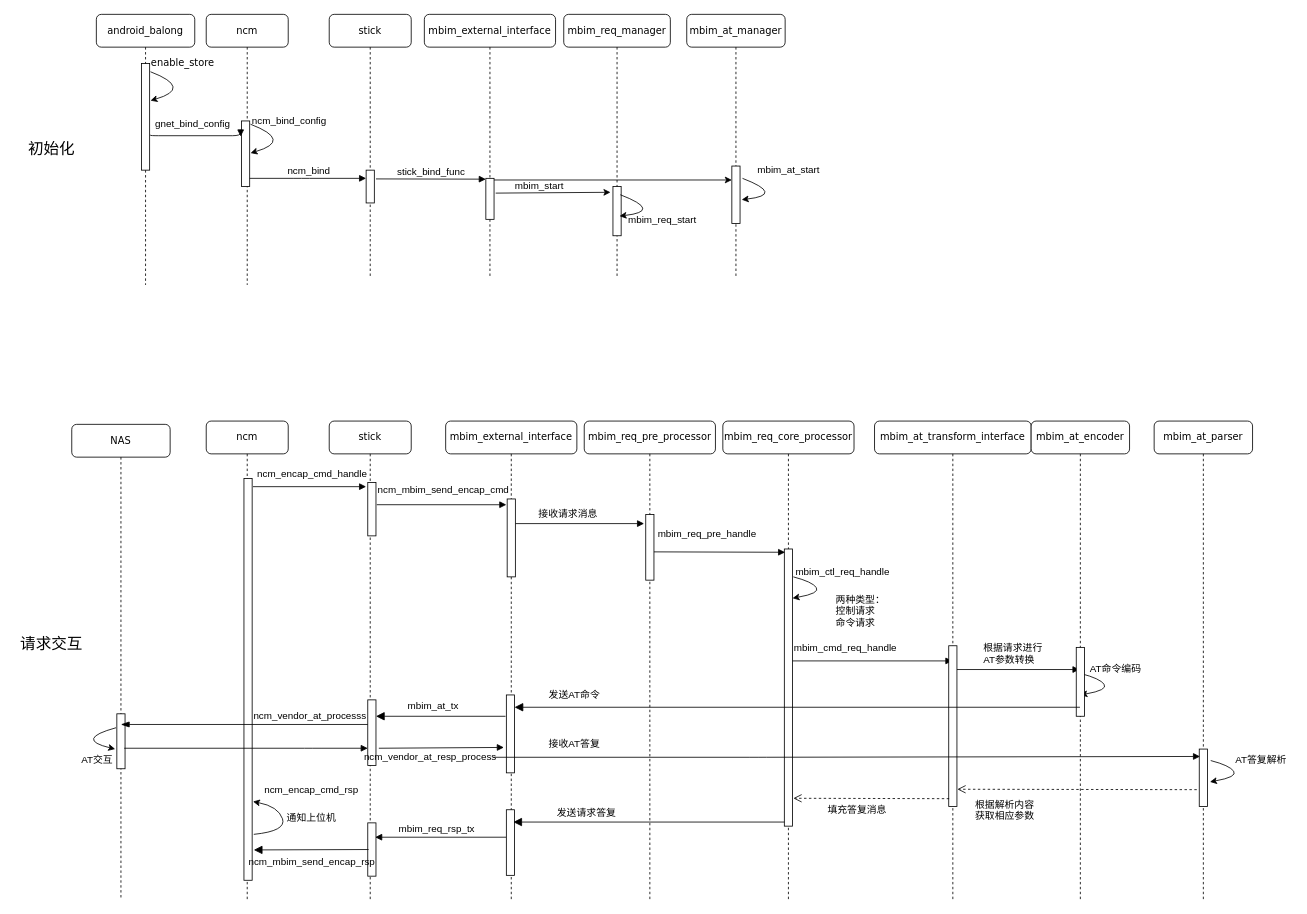
The draw.io diagram MBIM.drawio in liuhongkang/paper, before the edit. Source tidied: cells renumbered, new cells numbered last; positions are measured from the earlier drawing's top-left corner, leaving out a move shared by most shapes. Both pictures are drawn from the tidied source at 82%, with x=0, y=0 at pixel (14, 14).
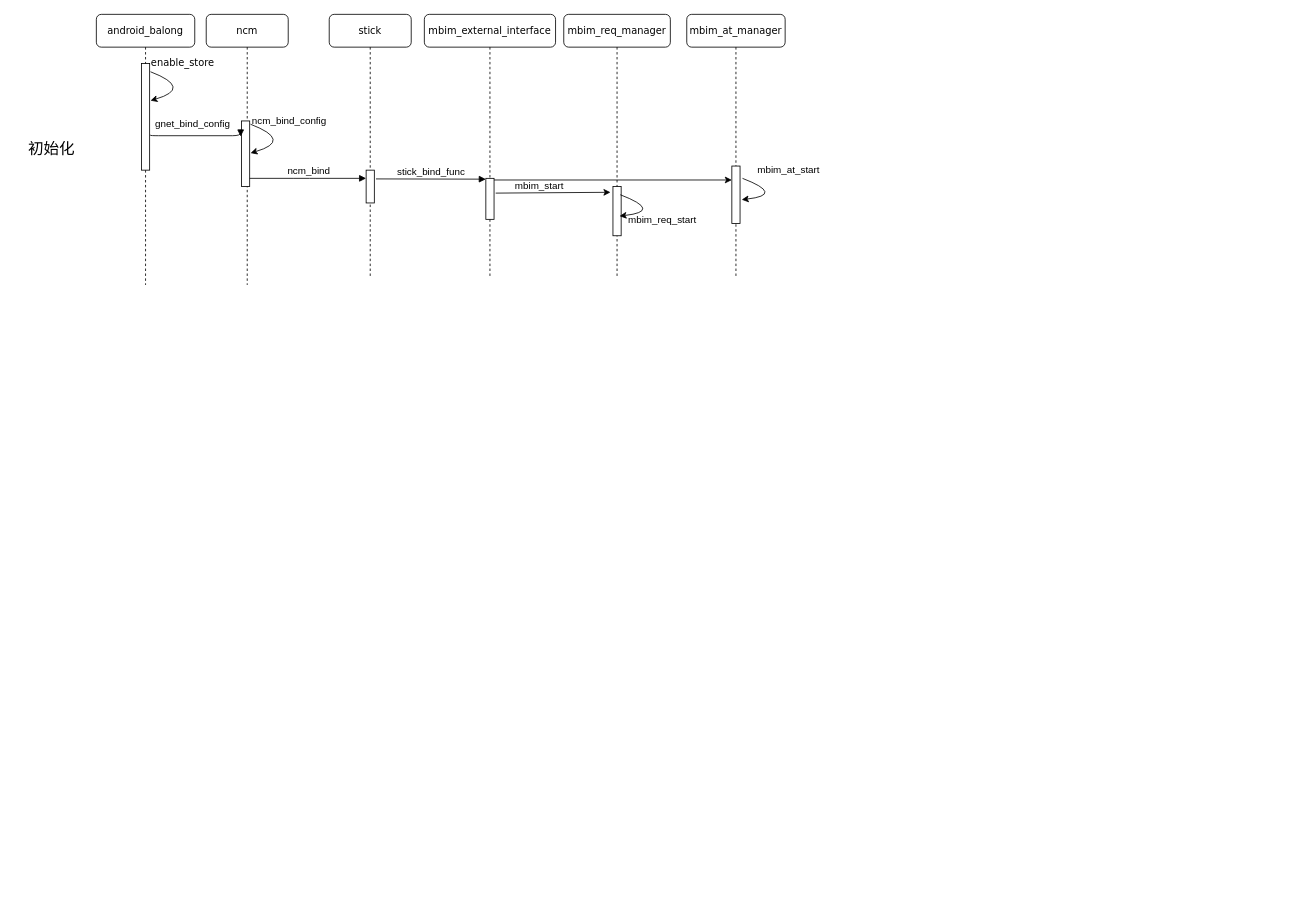
After the change.

The change refers to these unchanged cells:
```xml
<mxCell id="8" value="ncm" style="shape=umlLifeline;perimeter=lifelinePerimeter;whiteSpace=wrap;html=1;rounded=1;shadow=0;comic=0;labelBackgroundColor=none;strokeWidth=1;fontFamily=Verdana;fontSize=12;align=center;" parent="1" vertex="1">
  <mxGeometry x="234" width="100" height="330" as="geometry" />
</mxCell>
<mxCell id="11" value="stick" style="shape=umlLifeline;perimeter=lifelinePerimeter;whiteSpace=wrap;html=1;rounded=1;shadow=0;comic=0;labelBackgroundColor=none;strokeWidth=1;fontFamily=Verdana;fontSize=12;align=center;" parent="1" vertex="1">
  <mxGeometry x="384" width="100" height="320" as="geometry" />
</mxCell>
```

The edit, as a diff of the source:
```diff
@@
-    <mxCell id="2" value="ncm" style="shape=umlLifeline;perimeter=lifelinePerimeter;whiteSpace=wrap;html=1;rounded=1;shadow=0;comic=0;labelBackgroundColor=none;strokeWidth=1;fontFamily=Verdana;fontSize=12;align=center;" parent="1" vertex="1">
-      <mxGeometry x="234" y="496" width="100" height="584" as="geometry" />
-    </mxCell>
-    <mxCell id="3" value="stick" style="shape=umlLifeline;perimeter=lifelinePerimeter;whiteSpace=wrap;html=1;rounded=1;shadow=0;comic=0;labelBackgroundColor=none;strokeWidth=1;fontFamily=Verdana;fontSize=12;align=center;" parent="1" vertex="1">
-      <mxGeometry x="384" y="496" width="100" height="584" as="geometry" />
-    </mxCell>
-    <mxCell id="4" value="mbim_external_interface" style="shape=umlLifeline;perimeter=lifelinePerimeter;whiteSpace=wrap;html=1;rounded=1;shadow=0;comic=0;labelBackgroundColor=none;strokeWidth=1;fontFamily=Verdana;fontSize=12;align=center;" parent="1" vertex="1">
-      <mxGeometry x="526" y="496" width="160" height="584" as="geometry" />
-    </mxCell>
-    <mxCell id="5" value="mbim_req_core_processor" style="shape=umlLifeline;perimeter=lifelinePerimeter;whiteSpace=wrap;html=1;rounded=1;shadow=0;comic=0;labelBackgroundColor=none;strokeWidth=1;fontFamily=Verdana;fontSize=12;align=center;" parent="1" vertex="1">
-      <mxGeometry x="864" y="496" width="160" height="584" as="geometry" />
-    </mxCell>
@@
-    <mxCell id="10" style="html=1;perimeter=orthogonalPerimeter;rounded=0;shadow=0;comic=0;labelBackgroundColor=none;strokeWidth=1;fontFamily=Verdana;fontSize=12;align=center;" parent="8" vertex="1">
-      <mxGeometry x="46" y="566" width="10" height="490" as="geometry" />
-    </mxCell>
@@
-    <mxCell id="13" style="html=1;points=[];perimeter=orthogonalPerimeter;rounded=0;shadow=0;comic=0;labelBackgroundColor=none;strokeWidth=1;fontFamily=Verdana;fontSize=12;align=center;" parent="11" vertex="1">
-      <mxGeometry x="47" y="571" width="10" height="65" as="geometry" />
-    </mxCell>
-    <mxCell id="14" style="html=1;perimeter=orthogonalPerimeter;rounded=0;shadow=0;comic=0;labelBackgroundColor=none;strokeWidth=1;fontFamily=Verdana;fontSize=12;align=center;" parent="11" vertex="1">
-      <mxGeometry x="47" y="836" width="10" height="80" as="geometry" />
-    </mxCell>
-    <mxCell id="15" style="html=1;points=[];perimeter=orthogonalPerimeter;rounded=0;shadow=0;comic=0;labelBackgroundColor=none;strokeWidth=1;fontFamily=Verdana;fontSize=12;align=center;" parent="11" vertex="1">
-      <mxGeometry x="47" y="986" width="10" height="65" as="geometry" />
-    </mxCell>
@@
-    <mxCell id="23" style="html=1;perimeter=orthogonalPerimeter;rounded=0;shadow=0;comic=0;labelBackgroundColor=none;strokeWidth=1;fontFamily=Verdana;fontSize=12;align=center;" parent="1" vertex="1">
-      <mxGeometry x="939" y="652" width="10" height="338" as="geometry" />
-    </mxCell>
@@
-    <mxCell id="31" value="ncm_encap_cmd_handle" style="text;html=1;align=center;verticalAlign=middle;fontFamily=Helvetica;" parent="1" vertex="1">
-      <mxGeometry x="288" y="551" width="150" height="20" as="geometry" />
-    </mxCell>
-    <mxCell id="32" style="html=1;verticalAlign=bottom;endArrow=block;labelBackgroundColor=none;fontFamily=Verdana;fontSize=12;entryX=-0.2;entryY=0.077;entryDx=0;entryDy=0;entryPerimeter=0;" parent="1" edge="1" target="13">
-      <mxGeometry relative="1" as="geometry">
-        <mxPoint x="291" y="576" as="sourcePoint" />
-      </mxGeometry>
-    </mxCell>
-    <mxCell id="33" value="ncm_mbim_send_encap_cmd" style="text;html=1;align=center;verticalAlign=middle;fontFamily=Helvetica;" parent="1" vertex="1">
-      <mxGeometry x="433" y="570" width="180" height="20" as="geometry" />
-    </mxCell>
-    <mxCell id="34" style="html=1;verticalAlign=bottom;endArrow=block;labelBackgroundColor=none;fontFamily=Verdana;fontSize=12;entryX=-0.1;entryY=0.074;entryDx=0;entryDy=0;entryPerimeter=0;" parent="1" edge="1" target="69">
-      <mxGeometry relative="1" as="geometry">
-        <mxPoint x="442" y="598" as="sourcePoint" />
-      </mxGeometry>
-    </mxCell>
-    <mxCell id="35" style="html=1;verticalAlign=bottom;endArrow=block;labelBackgroundColor=none;fontFamily=Verdana;fontSize=12;entryX=-0.2;entryY=0.138;entryDx=0;entryDy=0;entryPerimeter=0;" parent="1" edge="1" source="69" target="71">
-      <mxGeometry relative="1" as="geometry" />
-    </mxCell>
-    <mxCell id="36" value="mbim_req_pre_handle" style="text;whiteSpace=wrap;html=1;fontFamily=Helvetica;" parent="1" vertex="1">
-      <mxGeometry x="783" y="620" width="116" height="30" as="geometry" />
-    </mxCell>
-    <mxCell id="37" style="html=1;verticalAlign=bottom;endArrow=block;labelBackgroundColor=none;fontFamily=Verdana;fontSize=12;" parent="1" edge="1">
-      <mxGeometry relative="1" as="geometry">
-        <mxPoint x="778" y="655.5" as="sourcePoint" />
-        <mxPoint x="940" y="656" as="targetPoint" />
-      </mxGeometry>
-    </mxCell>
-    <mxCell id="38" style="html=1;verticalAlign=bottom;endArrow=block;labelBackgroundColor=none;fontFamily=Verdana;fontSize=12;" parent="1" edge="1" target="74">
-      <mxGeometry relative="1" as="geometry">
-        <mxPoint x="949" y="788.5" as="sourcePoint" />
-      </mxGeometry>
-    </mxCell>
-    <mxCell id="39" value="mbim_cmd_req_handle" style="text;whiteSpace=wrap;html=1;fontFamily=Helvetica;" parent="1" vertex="1">
-      <mxGeometry x="949" y="759" width="100" height="20" as="geometry" />
-    </mxCell>
-    <mxCell id="40" style="edgeStyle=orthogonalEdgeStyle;rounded=0;orthogonalLoop=1;jettySize=auto;html=1;exitX=0.5;exitY=1;exitDx=0;exitDy=0;dashed=1;fontFamily=Helvetica;" parent="1" edge="1">
-      <mxGeometry relative="1" as="geometry">
-        <mxPoint x="1219" y="779" as="sourcePoint" />
-        <mxPoint x="1219" y="779" as="targetPoint" />
-      </mxGeometry>
-    </mxCell>
-    <mxCell id="41" style="curved=1;endArrow=classic;html=1;entryX=0.9;entryY=0.72;entryDx=0;entryDy=0;entryPerimeter=0;" parent="1" edge="1">
-      <mxGeometry relative="1" as="geometry">
-        <mxPoint x="1301" y="804" as="sourcePoint" />
-        <mxPoint x="1300" y="830" as="targetPoint" />
-        <Array as="points">
-          <mxPoint x="1324" y="810" />
-          <mxPoint x="1334" y="824" />
-        </Array>
-      </mxGeometry>
-    </mxCell>
-    <mxCell id="42" value="AT命令编码" style="text;whiteSpace=wrap;html=1;fontFamily=Helvetica;" parent="1" vertex="1">
-      <mxGeometry x="1310" y="784" width="100" height="20" as="geometry" />
-    </mxCell>
-    <mxCell id="43" value="mbim_at_tx" style="text;whiteSpace=wrap;html=1;fontFamily=Helvetica;" parent="1" vertex="1">
-      <mxGeometry x="478" y="830" width="90" height="20" as="geometry" />
-    </mxCell>
-    <mxCell id="44" style="html=1;verticalAlign=bottom;endArrow=block;endSize=8;labelBackgroundColor=none;fontFamily=Verdana;fontSize=12;endFill=1;exitX=-0.1;exitY=0.274;exitDx=0;exitDy=0;exitPerimeter=0;" parent="1" edge="1" source="81">
-      <mxGeometry x="-0.01" y="-10" relative="1" as="geometry">
-        <mxPoint x="441" y="856" as="targetPoint" />
-        <mxPoint x="1" as="offset" />
-      </mxGeometry>
-    </mxCell>
-    <mxCell id="45" value="ncm_vendor_at_processs" style="text;whiteSpace=wrap;html=1;fontFamily=Helvetica;" parent="1" vertex="1">
-      <mxGeometry x="290" y="842" width="100" height="20" as="geometry" />
-    </mxCell>
-    <mxCell id="46" style="html=1;verticalAlign=bottom;endArrow=block;labelBackgroundColor=none;fontFamily=Verdana;fontSize=12;endFill=1;entryX=1;entryY=-0.1;entryDx=0;entryDy=0;entryPerimeter=0;" parent="1" edge="1" target="84">
-      <mxGeometry relative="1" as="geometry">
-        <mxPoint x="444.5" y="895" as="sourcePoint" />
-      </mxGeometry>
-    </mxCell>
-    <mxCell id="47" style="curved=1;endArrow=classic;html=1;entryX=0.9;entryY=0.72;entryDx=0;entryDy=0;entryPerimeter=0;" parent="1" edge="1">
-      <mxGeometry relative="1" as="geometry">
-        <mxPoint x="1459" y="910" as="sourcePoint" />
-        <mxPoint x="1458" y="936" as="targetPoint" />
-        <Array as="points">
-          <mxPoint x="1482" y="916" />
-          <mxPoint x="1492" y="930" />
-        </Array>
-      </mxGeometry>
-    </mxCell>
-    <mxCell id="48" value="NAS" style="shape=umlLifeline;perimeter=lifelinePerimeter;whiteSpace=wrap;html=1;rounded=1;shadow=0;comic=0;labelBackgroundColor=none;strokeWidth=1;fontFamily=Verdana;fontSize=12;align=center;" parent="1" vertex="1">
-      <mxGeometry x="70" y="500" width="120" height="580" as="geometry" />
-    </mxCell>
-    <mxCell id="49" style="html=1;perimeter=orthogonalPerimeter;rounded=0;shadow=0;comic=0;labelBackgroundColor=none;strokeWidth=1;fontFamily=Verdana;fontSize=12;align=center;" parent="48" vertex="1">
-      <mxGeometry x="55" y="353" width="10" height="67" as="geometry" />
-    </mxCell>
-    <mxCell id="50" style="html=1;verticalAlign=bottom;endArrow=blockThin;endSize=8;labelBackgroundColor=none;fontFamily=Verdana;fontSize=12;endFill=1;" parent="1" edge="1">
-      <mxGeometry x="-0.01" y="-10" relative="1" as="geometry">
-        <mxPoint x="431" y="866" as="sourcePoint" />
-        <mxPoint x="130" y="866" as="targetPoint" />
-        <mxPoint x="1" as="offset" />
-      </mxGeometry>
-    </mxCell>
-    <mxCell id="51" style="html=1;verticalAlign=bottom;endArrow=block;labelBackgroundColor=none;fontFamily=Verdana;fontSize=12;endFill=1;" parent="1" edge="1">
-      <mxGeometry relative="1" as="geometry">
-        <mxPoint x="134" y="895" as="sourcePoint" />
-        <mxPoint x="431" y="895" as="targetPoint" />
-        <Array as="points">
-          <mxPoint x="364" y="895" />
-        </Array>
-      </mxGeometry>
-    </mxCell>
-    <mxCell id="52" value="AT交互" style="text;whiteSpace=wrap;html=1;fontFamily=Helvetica;" parent="1" vertex="1">
-      <mxGeometry x="80" y="896" width="50" height="20" as="geometry" />
-    </mxCell>
-    <mxCell id="53" value="mbim_req_rsp_tx" style="text;whiteSpace=wrap;html=1;fontFamily=Helvetica;" parent="1" vertex="1">
-      <mxGeometry x="467" y="980" width="130" height="30" as="geometry" />
-    </mxCell>
-    <mxCell id="54" value="ncm_mbim_send_encap_rsp" style="text;whiteSpace=wrap;html=1;fontFamily=Helvetica;" parent="1" vertex="1">
-      <mxGeometry x="284" y="1020" width="50" height="30" as="geometry" />
-    </mxCell>
-    <mxCell id="55" style="html=1;verticalAlign=bottom;endArrow=block;endSize=8;labelBackgroundColor=none;fontFamily=Verdana;fontSize=12;edgeStyle=elbowEdgeStyle;elbow=vertical;entryX=1.1;entryY=0.472;entryDx=0;entryDy=0;entryPerimeter=0;exitX=0.1;exitY=0.962;exitDx=0;exitDy=0;exitPerimeter=0;endFill=1;" parent="1" edge="1">
-      <mxGeometry x="-0.08" y="-1" relative="1" as="geometry">
-        <mxPoint x="432" y="1018.5" as="sourcePoint" />
-        <mxPoint x="292" y="1018.5" as="targetPoint" />
-        <Array as="points">
-          <mxPoint x="427" y="1019" />
-        </Array>
-      </mxGeometry>
-    </mxCell>
-    <mxCell id="56" value="ncm_encap_cmd_rsp" style="text;html=1;align=center;verticalAlign=middle;fontFamily=Helvetica;" parent="1" vertex="1">
-      <mxGeometry x="297" y="936" width="130" height="20" as="geometry" />
-    </mxCell>
-    <mxCell id="57" style="curved=1;endArrow=classic;html=1;fontFamily=Helvetica;entryX=1;entryY=0.256;entryDx=0;entryDy=0;entryPerimeter=0;" parent="1" edge="1">
-      <mxGeometry relative="1" as="geometry">
-        <mxPoint x="292" y="1000" as="sourcePoint" />
-        <mxPoint x="291" y="960" as="targetPoint" />
-        <Array as="points">
-          <mxPoint x="332" y="996" />
-          <mxPoint x="322" y="966" />
-        </Array>
-      </mxGeometry>
-    </mxCell>
-    <mxCell id="58" value="根据请求进行AT参数转换" style="text;whiteSpace=wrap;html=1;fontFamily=Helvetica;" parent="1" vertex="1">
-      <mxGeometry x="1180" y="759" width="88" height="40" as="geometry" />
-    </mxCell>
-    <mxCell id="59" style="html=1;verticalAlign=bottom;endArrow=block;labelBackgroundColor=none;fontFamily=Verdana;fontSize=12;" parent="1" edge="1">
-      <mxGeometry relative="1" as="geometry">
-        <mxPoint x="1149" y="799" as="sourcePoint" />
-        <mxPoint x="1299" y="799" as="targetPoint" />
-      </mxGeometry>
-    </mxCell>
@@
-    <mxCell id="68" value="&lt;div style=&quot;text-align: left&quot;&gt;&lt;span&gt;接收请求消息&lt;/span&gt;&lt;/div&gt;" style="text;html=1;align=center;verticalAlign=middle;fontSize=12;" parent="1" vertex="1">
-      <mxGeometry x="630" y="600" width="90" height="20" as="geometry" />
-    </mxCell>
-    <mxCell id="69" style="html=1;points=[];perimeter=orthogonalPerimeter;rounded=0;shadow=0;comic=0;labelBackgroundColor=none;strokeWidth=1;fontFamily=Verdana;fontSize=12;align=center;" parent="1" vertex="1">
-      <mxGeometry x="601" y="591" width="10" height="95" as="geometry" />
-    </mxCell>
-    <mxCell id="70" value="mbim_req_pre_processor" style="shape=umlLifeline;perimeter=lifelinePerimeter;whiteSpace=wrap;html=1;rounded=1;shadow=0;comic=0;labelBackgroundColor=none;strokeWidth=1;fontFamily=Verdana;fontSize=12;align=center;" parent="1" vertex="1">
-      <mxGeometry x="695" y="496" width="160" height="584" as="geometry" />
-    </mxCell>
-    <mxCell id="71" style="html=1;points=[];perimeter=orthogonalPerimeter;rounded=0;shadow=0;comic=0;labelBackgroundColor=none;strokeWidth=1;fontFamily=Verdana;fontSize=12;align=center;" parent="70" vertex="1">
-      <mxGeometry x="75" y="114" width="10" height="80" as="geometry" />
-    </mxCell>
-    <mxCell id="72" value="mbim_ctl_req_handle" style="text;whiteSpace=wrap;html=1;fontFamily=Helvetica;" parent="1" vertex="1">
-      <mxGeometry x="951" y="666" width="100" height="20" as="geometry" />
-    </mxCell>
-    <mxCell id="73" style="curved=1;endArrow=classic;html=1;entryX=0.9;entryY=0.72;entryDx=0;entryDy=0;entryPerimeter=0;" parent="1" edge="1">
-      <mxGeometry relative="1" as="geometry">
-        <mxPoint x="950" y="686" as="sourcePoint" />
-        <mxPoint x="949" y="712" as="targetPoint" />
-        <Array as="points">
-          <mxPoint x="973" y="692" />
-          <mxPoint x="983" y="706" />
-        </Array>
-      </mxGeometry>
-    </mxCell>
-    <mxCell id="74" value="mbim_at_transform_interface" style="shape=umlLifeline;perimeter=lifelinePerimeter;whiteSpace=wrap;html=1;outlineConnect=0;rounded=1;shadow=0;comic=0;labelBackgroundColor=none;strokeWidth=1;fontFamily=Verdana;fontSize=12;align=center;" parent="1" vertex="1">
-      <mxGeometry x="1049" y="496" width="191" height="584" as="geometry" />
-    </mxCell>
-    <mxCell id="75" style="html=1;perimeter=orthogonalPerimeter;rounded=0;shadow=0;comic=0;labelBackgroundColor=none;strokeColor=#000000;strokeWidth=1;fillColor=#FFFFFF;fontFamily=Verdana;fontSize=12;fontColor=#000000;align=center;" parent="74" vertex="1">
-      <mxGeometry x="90.5" y="274" width="10" height="196" as="geometry" />
-    </mxCell>
-    <mxCell id="76" value="mbim_at_encoder" style="shape=umlLifeline;perimeter=lifelinePerimeter;whiteSpace=wrap;html=1;outlineConnect=0;rounded=1;shadow=0;comic=0;labelBackgroundColor=none;strokeWidth=1;fontFamily=Verdana;fontSize=12;align=center;" parent="1" vertex="1">
-      <mxGeometry x="1240" y="496" width="120" height="584" as="geometry" />
-    </mxCell>
-    <mxCell id="77" style="html=1;perimeter=orthogonalPerimeter;rounded=0;shadow=0;comic=0;labelBackgroundColor=none;strokeColor=#000000;strokeWidth=1;fillColor=#FFFFFF;fontFamily=Verdana;fontSize=12;fontColor=#000000;align=center;" parent="76" vertex="1">
-      <mxGeometry x="55" y="276" width="10" height="84" as="geometry" />
-    </mxCell>
-    <mxCell id="78" value="mbim_at_parser" style="shape=umlLifeline;perimeter=lifelinePerimeter;whiteSpace=wrap;html=1;rounded=1;shadow=0;comic=0;labelBackgroundColor=none;strokeWidth=1;fontFamily=Verdana;fontSize=12;align=center;" parent="1" vertex="1">
-      <mxGeometry x="1390" y="496" width="120" height="584" as="geometry" />
-    </mxCell>
-    <mxCell id="79" style="html=1;points=[];perimeter=orthogonalPerimeter;rounded=0;shadow=0;comic=0;labelBackgroundColor=none;strokeColor=#000000;strokeWidth=1;fillColor=#FFFFFF;fontFamily=Verdana;fontSize=12;fontColor=#000000;align=center;" parent="78" vertex="1">
-      <mxGeometry x="55" y="400" width="10" height="70" as="geometry" />
-    </mxCell>
-    <mxCell id="80" value="两种类型：&lt;br&gt;控制请求&lt;br&gt;命令请求" style="text;whiteSpace=wrap;html=1;fontFamily=Helvetica;" parent="1" vertex="1">
-      <mxGeometry x="1000" y="700" width="88" height="50" as="geometry" />
-    </mxCell>
-    <mxCell id="81" style="html=1;points=[];perimeter=orthogonalPerimeter;rounded=0;shadow=0;comic=0;labelBackgroundColor=none;strokeWidth=1;fontFamily=Verdana;fontSize=12;align=center;" parent="1" vertex="1">
-      <mxGeometry x="600" y="830" width="10" height="95" as="geometry" />
-    </mxCell>
-    <mxCell id="82" value="发送AT命令" style="text;whiteSpace=wrap;html=1;fontFamily=Helvetica;" parent="1" vertex="1">
-      <mxGeometry x="650" y="816" width="90" height="20" as="geometry" />
-    </mxCell>
-    <mxCell id="83" style="curved=1;endArrow=classic;html=1;entryX=0.9;entryY=0.72;entryDx=0;entryDy=0;entryPerimeter=0;" parent="1" edge="1">
-      <mxGeometry relative="1" as="geometry">
-        <mxPoint x="124" y="870" as="sourcePoint" />
-        <mxPoint x="123" y="896" as="targetPoint" />
-        <Array as="points">
-          <mxPoint x="73" y="884" />
-        </Array>
-      </mxGeometry>
-    </mxCell>
-    <mxCell id="84" value="ncm_vendor_at_resp_process" style="text;html=1;align=center;verticalAlign=middle;points=[];fontSize=12;" parent="1" vertex="1">
-      <mxGeometry x="417" y="896" width="180" height="20" as="geometry" />
-    </mxCell>
-    <mxCell id="85" value="接收AT答复" style="text;whiteSpace=wrap;html=1;fontFamily=Helvetica;" parent="1" vertex="1">
-      <mxGeometry x="650" y="876" width="90" height="20" as="geometry" />
-    </mxCell>
-    <mxCell id="86" value="AT答复解析" style="text;html=1;align=center;verticalAlign=middle;fontSize=12;" parent="1" vertex="1">
-      <mxGeometry x="1480" y="900" width="80" height="20" as="geometry" />
-    </mxCell>
-    <mxCell id="87" style="html=1;verticalAlign=bottom;endArrow=open;dashed=1;endSize=8;labelBackgroundColor=none;fontFamily=Verdana;fontSize=12;edgeStyle=elbowEdgeStyle;elbow=vertical;" parent="1" edge="1">
-      <mxGeometry x="0.36" relative="1" as="geometry">
-        <mxPoint x="1442" y="945.5" as="sourcePoint" />
-        <mxPoint x="1150" y="945" as="targetPoint" />
-      </mxGeometry>
-    </mxCell>
-    <mxCell id="88" value="根据解析内容&lt;br&gt;获取相应参数" style="text;whiteSpace=wrap;html=1;fontFamily=Helvetica;" parent="1" vertex="1">
-      <mxGeometry x="1170" y="950" width="88" height="40" as="geometry" />
-    </mxCell>
-    <mxCell id="89" style="html=1;verticalAlign=bottom;endArrow=open;dashed=1;endSize=8;labelBackgroundColor=none;fontFamily=Verdana;fontSize=12;edgeStyle=elbowEdgeStyle;elbow=vertical;" parent="1" edge="1">
-      <mxGeometry x="0.36" relative="1" as="geometry">
-        <mxPoint x="1140" y="956.5" as="sourcePoint" />
-        <mxPoint x="950" y="956" as="targetPoint" />
-      </mxGeometry>
-    </mxCell>
-    <mxCell id="90" value="填充答复消息" style="text;whiteSpace=wrap;html=1;fontFamily=Helvetica;" parent="1" vertex="1">
-      <mxGeometry x="990" y="956" width="88" height="40" as="geometry" />
-    </mxCell>
-    <mxCell id="91" style="edgeStyle=none;rounded=0;jettySize=auto;html=1;entryX=0.9;entryY=0.269;entryDx=0;entryDy=0;endArrow=block;endFill=1;fontSize=12;entryPerimeter=0;" parent="1" edge="1" source="92" target="15">
-      <mxGeometry relative="1" as="geometry" />
-    </mxCell>
-    <mxCell id="92" style="html=1;points=[];perimeter=orthogonalPerimeter;rounded=0;shadow=0;comic=0;labelBackgroundColor=none;strokeWidth=1;fontFamily=Verdana;fontSize=12;align=center;" parent="1" vertex="1">
-      <mxGeometry x="600" y="970" width="10" height="80" as="geometry" />
-    </mxCell>
-    <mxCell id="93" style="html=1;verticalAlign=bottom;endArrow=block;endSize=8;labelBackgroundColor=none;fontFamily=Verdana;fontSize=12;entryX=1;entryY=0.158;entryDx=0;entryDy=0;entryPerimeter=0;endFill=1;" parent="1" edge="1">
-      <mxGeometry x="-0.01" y="-10" relative="1" as="geometry">
-        <mxPoint x="939" y="985" as="sourcePoint" />
-        <mxPoint x="608.5" y="985" as="targetPoint" />
-        <mxPoint x="1" as="offset" />
-      </mxGeometry>
-    </mxCell>
-    <mxCell id="94" value="发送请求答复" style="text;whiteSpace=wrap;html=1;fontFamily=Helvetica;" parent="1" vertex="1">
-      <mxGeometry x="660" y="960" width="90" height="20" as="geometry" />
-    </mxCell>
-    <mxCell id="95" value="通知上位机" style="text;html=1;align=center;verticalAlign=middle;fontSize=12;" parent="1" vertex="1">
-      <mxGeometry x="322" y="970" width="80" height="20" as="geometry" />
-    </mxCell>
-    <mxCell id="96" style="html=1;verticalAlign=bottom;endArrow=block;endSize=8;labelBackgroundColor=none;fontFamily=Verdana;fontSize=12;entryX=1;entryY=0.158;entryDx=0;entryDy=0;entryPerimeter=0;endFill=1;" parent="1" edge="1" source="76" target="81">
-      <mxGeometry x="-0.01" y="-10" relative="1" as="geometry">
-        <mxPoint x="1" as="offset" />
-      </mxGeometry>
-    </mxCell>
-    <mxCell id="97" style="html=1;verticalAlign=bottom;endArrow=block;labelBackgroundColor=none;fontFamily=Verdana;fontSize=12;endFill=1;exitX=0;exitY=1;exitDx=0;exitDy=0;exitPerimeter=0;entryX=0.1;entryY=0.129;entryDx=0;entryDy=0;entryPerimeter=0;" parent="1" edge="1" target="79">
-      <mxGeometry relative="1" as="geometry">
-        <mxPoint x="584" y="906" as="sourcePoint" />
-        <Array as="points">
-          <mxPoint x="907" y="906" />
-        </Array>
-      </mxGeometry>
-    </mxCell>
-    <mxCell id="98" value="请求交互" style="text;html=1;align=center;verticalAlign=middle;fontSize=19;" parent="1" vertex="1">
-      <mxGeometry y="754" width="90" height="30" as="geometry" />
-    </mxCell>
```
